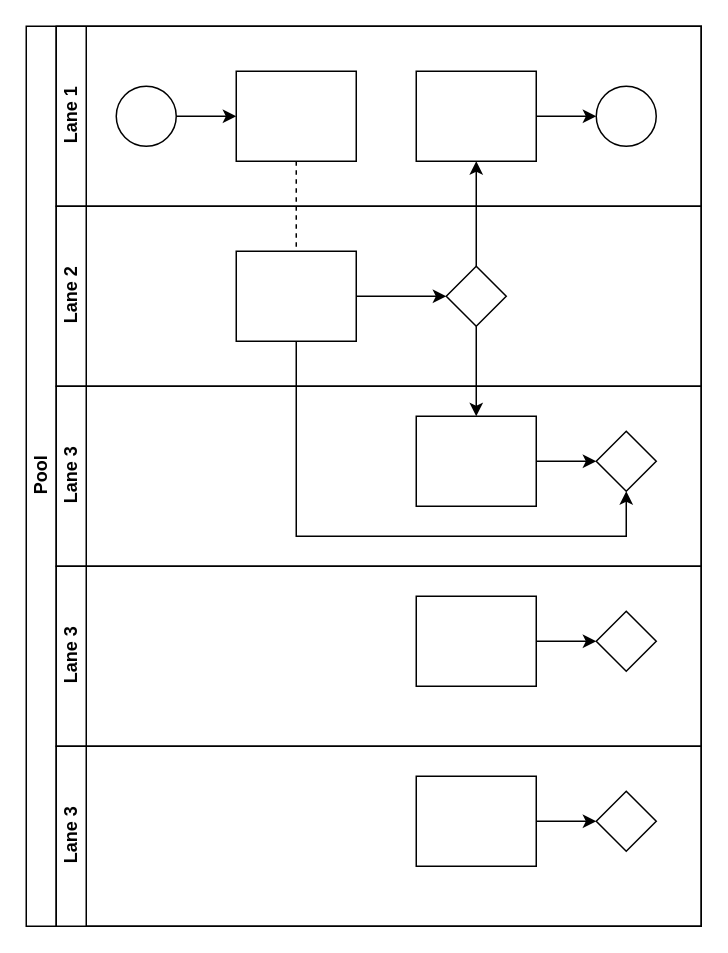
Earlier version of the draw.io diagram swimlane_clinictemplate1.drawio (shanemuk/waiting-lists). Source tidied: cells renumbered, new cells numbered last; positions are measured from the earlier drawing's top-left corner, leaving out a move shared by most shapes. Both pictures are drawn from the tidied source at 150%, with x=0, y=0 at pixel (26, 26).
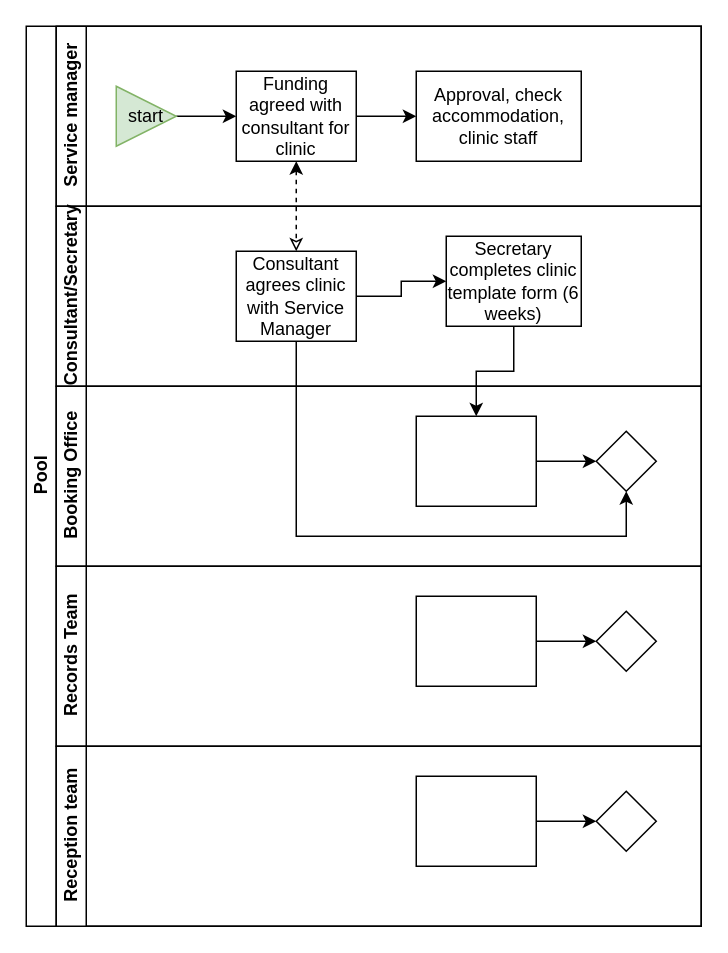
The same page after the edit.

Unchanged cells that the change refers to:
```xml
<mxCell id="2" value="Pool" style="swimlane;html=1;horizontal=0;startSize=20;fillColor=default;strokeColor=default;fontColor=default;" parent="1" vertex="1">
  <mxGeometry width="450" height="600" as="geometry" />
</mxCell>
```

What changed in the source:
```diff
@@
-    <mxCell id="3" style="edgeStyle=orthogonalEdgeStyle;rounded=0;jettySize=auto;html=1;dashed=1;endArrow=none;endFill=0;" parent="2" edge="1" source="10" target="16">
+    <mxCell id="3" style="edgeStyle=orthogonalEdgeStyle;rounded=0;jettySize=auto;html=1;dashed=1;endArrow=classic;endFill=0;strokeColor=default;labelBackgroundColor=default;fontColor=default;startArrow=classic;" parent="2" edge="1" source="10" target="16">
       <mxGeometry relative="1" as="geometry" />
     </mxCell>
-    <mxCell id="4" style="edgeStyle=orthogonalEdgeStyle;rounded=0;jettySize=auto;html=1;endArrow=classic;endFill=1;" parent="2" edge="1" source="17" target="12">
-      <mxGeometry relative="1" as="geometry" />
-    </mxCell>
@@
-    <mxCell id="7" value="Lane 1" style="swimlane;html=1;startSize=20;horizontal=0;" parent="2" vertex="1">
+    <mxCell id="7" value="Service manager" style="swimlane;html=1;startSize=20;horizontal=0;" parent="2" vertex="1">
       <mxGeometry x="20" width="430" height="120" as="geometry" />
     </mxCell>
@@
-    <mxCell id="9" style="ellipse;whiteSpace=wrap;html=1;" parent="7" vertex="1">
+    <mxCell id="9" value="start" style="triangle;whiteSpace=wrap;html=1;fillColor=#d5e8d4;strokeColor=#82b366;fontColor=default;" parent="7" vertex="1">
       <mxGeometry x="40" y="40" width="40" height="40" as="geometry" />
     </mxCell>
-    <mxCell id="10" style="rounded=0;whiteSpace=wrap;html=1;fontFamily=Helvetica;fontSize=12;fontColor=#000000;align=center;" parent="7" vertex="1">
+    <mxCell id="10" value="Funding agreed with consultant for clinic" style="rounded=0;whiteSpace=wrap;html=1;fontFamily=Helvetica;fontSize=12;fontColor=#000000;align=center;" parent="7" vertex="1">
       <mxGeometry x="120" y="30" width="80" height="60" as="geometry" />
     </mxCell>
-    <mxCell id="11" style="edgeStyle=orthogonalEdgeStyle;rounded=0;jettySize=auto;html=1;endArrow=classic;endFill=1;" parent="7" edge="1" source="12" target="13">
-      <mxGeometry relative="1" as="geometry" />
-    </mxCell>
+    <mxCell id="30" style="edgeStyle=orthogonalEdgeStyle;rounded=0;jettySize=auto;html=1;exitX=1;exitY=0.5;exitDx=0;exitDy=0;entryX=0;entryY=0.5;entryDx=0;entryDy=0;fontColor=default;strokeColor=default;labelBackgroundColor=default;" parent="7" edge="1" source="10" target="12">
+      <mxGeometry relative="1" as="geometry" />
+    </mxCell>
-    <mxCell id="12" style="rounded=0;whiteSpace=wrap;html=1;fontFamily=Helvetica;fontSize=12;fontColor=#000000;align=center;" parent="7" vertex="1">
-      <mxGeometry x="240" y="30" width="80" height="60" as="geometry" />
+    <mxCell id="12" value="Approval, check accommodation, clinic staff" style="rounded=0;whiteSpace=wrap;html=1;fontFamily=Helvetica;fontSize=12;fontColor=#000000;align=center;fillColor=default;strokeColor=default;" parent="7" vertex="1">
+      <mxGeometry x="240" y="30" width="110" height="60" as="geometry" />
     </mxCell>
-    <mxCell id="13" style="ellipse;whiteSpace=wrap;html=1;" parent="7" vertex="1">
-      <mxGeometry x="360" y="40" width="40" height="40" as="geometry" />
-    </mxCell>
-    <mxCell id="14" value="Lane 2" style="swimlane;html=1;startSize=20;horizontal=0;" parent="2" vertex="1">
+    <mxCell id="14" value="Consultant/Secretary" style="swimlane;html=1;startSize=20;horizontal=0;" parent="2" vertex="1">
       <mxGeometry x="20" y="120" width="430" height="120" as="geometry" />
     </mxCell>
@@
-    <mxCell id="16" style="rounded=0;whiteSpace=wrap;html=1;fontFamily=Helvetica;fontSize=12;fontColor=#000000;align=center;" parent="14" vertex="1">
+    <mxCell id="16" value="Consultant agrees clinic with Service Manager" style="rounded=0;whiteSpace=wrap;html=1;fontFamily=Helvetica;fontSize=12;fontColor=#000000;align=center;fillColor=default;strokeColor=default;" parent="14" vertex="1">
       <mxGeometry x="120" y="30" width="80" height="60" as="geometry" />
     </mxCell>
-    <mxCell id="17" style="rhombus;whiteSpace=wrap;html=1;fontFamily=Helvetica;fontSize=12;fontColor=#000000;align=center;" parent="14" vertex="1">
-      <mxGeometry x="260" y="40" width="40" height="40" as="geometry" />
+    <mxCell id="17" value="Secretary completes clinic template form (6 weeks)" style="whiteSpace=wrap;html=1;fontFamily=Helvetica;fontSize=12;fontColor=#000000;align=center;fillColor=default;strokeColor=default;" parent="14" vertex="1">
+      <mxGeometry x="260" y="20" width="90" height="60" as="geometry" />
     </mxCell>
-    <mxCell id="18" value="Lane 3" style="swimlane;html=1;startSize=20;horizontal=0;" parent="2" vertex="1">
+    <mxCell id="18" value="Booking Office" style="swimlane;html=1;startSize=20;horizontal=0;" parent="2" vertex="1">
       <mxGeometry x="20" y="240" width="430" height="120" as="geometry" />
     </mxCell>
@@
-    <mxCell id="22" value="Lane 3" style="swimlane;html=1;startSize=20;horizontal=0;fillColor=default;strokeColor=default;fontColor=default;" parent="2" vertex="1">
+    <mxCell id="22" value="Records Team" style="swimlane;html=1;startSize=20;horizontal=0;fillColor=default;strokeColor=default;fontColor=default;" parent="2" vertex="1">
       <mxGeometry x="20" y="360" width="430" height="120" as="geometry" />
     </mxCell>
@@
-    <mxCell id="26" value="Lane 3" style="swimlane;html=1;startSize=20;horizontal=0;" parent="2" vertex="1">
+    <mxCell id="26" value="Reception team" style="swimlane;html=1;startSize=20;horizontal=0;" parent="2" vertex="1">
       <mxGeometry x="20" y="480" width="430" height="120" as="geometry" />
     </mxCell>
```
